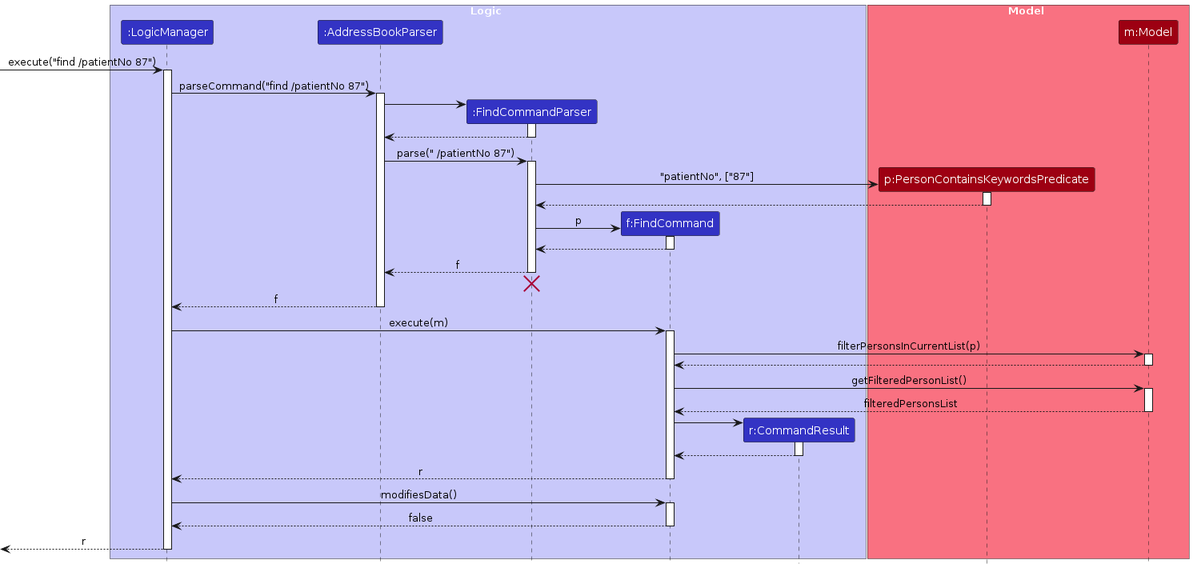
Above: diagrams/FindSequenceDiagram.png in AY2627S1-CS2103T-T08-1/tp (PlantUML), before the change. Its source is kept beside it as diagrams/FindSequenceDiagram.puml.
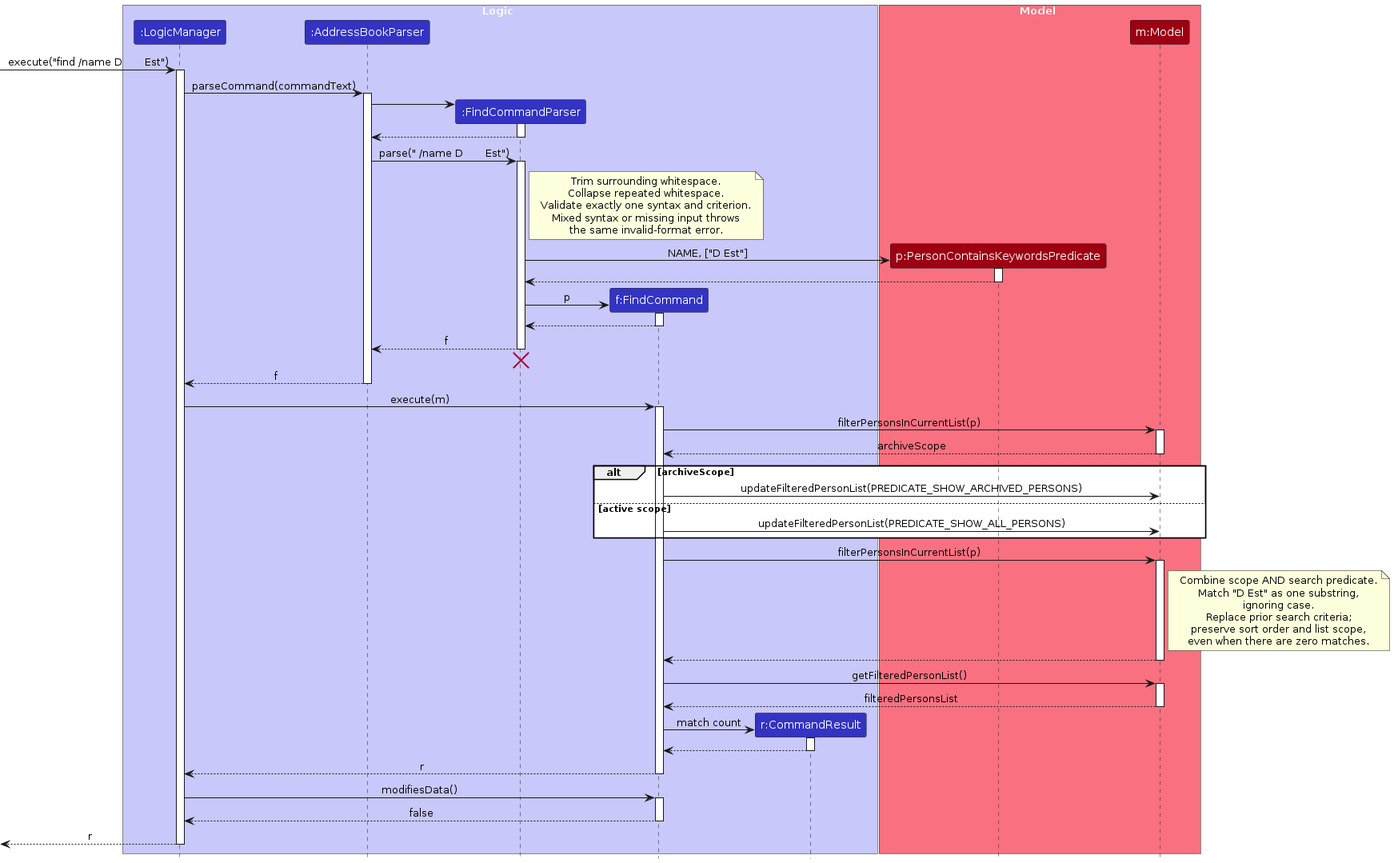
Later version of the same file.

The edit, as a diff of the source:
```diff
@@ -15,10 +15,10 @@
 participant "m:Model" as Model MODEL_COLOR
 end box
 
-[-> LogicManager : execute("find /patientNo 87")
+[-> LogicManager : execute("find /name D       Est")
 activate LogicManager
 
-LogicManager -> AddressBookParser : parseCommand("find /patientNo 87")
+LogicManager -> AddressBookParser : parseCommand(commandText)
 activate AddressBookParser
 
 create FindCommandParser
@@ -28,11 +28,19 @@
 FindCommandParser --> AddressBookParser
 deactivate FindCommandParser
 
-AddressBookParser -> FindCommandParser : parse(" /patientNo 87")
+AddressBookParser -> FindCommandParser : parse(" /name D       Est")
 activate FindCommandParser
 
+note right of FindCommandParser
+  Trim surrounding whitespace.
+  Collapse repeated whitespace.
+  Validate exactly one syntax and criterion.
+  Mixed syntax or missing input throws
+  the same invalid-format error.
+end note
+
 create Predicate
-FindCommandParser -> Predicate : "patientNo", ["87"]
+FindCommandParser -> Predicate : NAME, ["D Est"]
 activate Predicate
 
 Predicate --> FindCommandParser
@@ -58,7 +66,25 @@
 
 FindCommand -> Model : filterPersonsInCurrentList(p)
 activate Model
+Model --> FindCommand : archiveScope
+deactivate Model
 
+alt archiveScope
+    FindCommand -> Model : updateFilteredPersonList(PREDICATE_SHOW_ARCHIVED_PERSONS)
+else active scope
+    FindCommand -> Model : updateFilteredPersonList(PREDICATE_SHOW_ALL_PERSONS)
+end
+
+FindCommand -> Model : filterPersonsInCurrentList(p)
+activate Model
+note right of Model
+  Combine scope AND search predicate.
+  Match "D Est" as one substring,
+  ignoring case.
+  Replace prior search criteria;
+  preserve sort order and list scope,
+  even when there are zero matches.
+end note
 Model --> FindCommand
 deactivate Model
 
@@ -69,7 +95,7 @@
 deactivate Model
 
 create CommandResult
-FindCommand -> CommandResult
+FindCommand -> CommandResult : match count
 activate CommandResult
 
 CommandResult --> FindCommand
```
